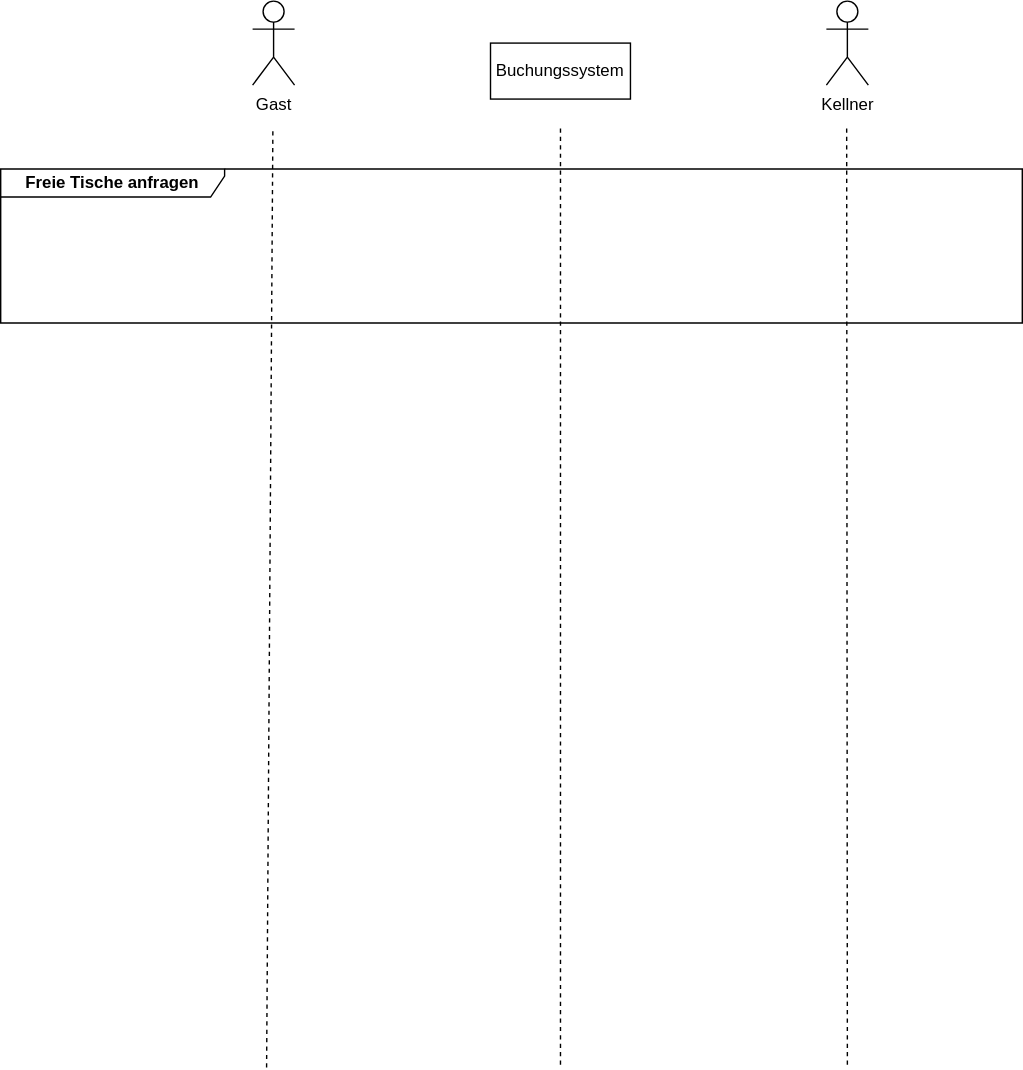
Earlier version of the draw.io export diagramme/UML-Sequence.drawio.svg (gsoTH/FU1_Bestellservice). Source tidied: cells renumbered, new cells last; positions are measured from the earlier drawing's top-left corner, leaving out a move shared by most shapes.
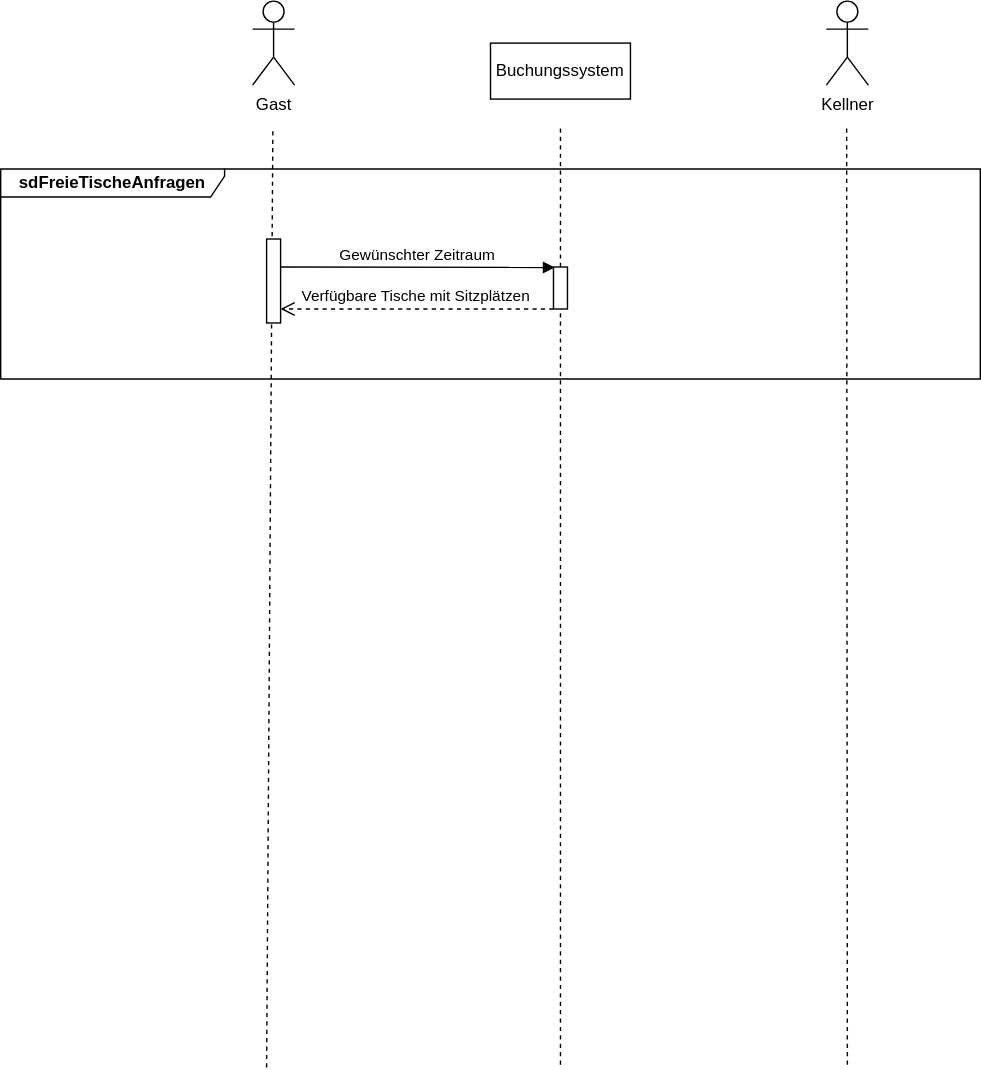
The same file after the commit.

Commit message:
Beispiel für SChema, Datenbank eingebaut

Diff of the diagram source:
```diff
@@ -41,8 +41,25 @@
         <mxPoint x="50" y="60" as="targetPoint" />
       </mxGeometry>
     </mxCell>
-    <mxCell id="12" value="&lt;b&gt;Freie Tische anfragen&lt;/b&gt;" style="shape=umlFrame;whiteSpace=wrap;html=1;width=160;height=20;" parent="1" vertex="1">
-      <mxGeometry y="120" width="730" height="110" as="geometry" />
-    </mxCell>
+    <mxCell id="13" value="&lt;b&gt;sdFreieTischeAnfragen&lt;/b&gt;" style="shape=umlFrame;whiteSpace=wrap;html=1;width=160;height=20;" parent="1" vertex="1">
+      <mxGeometry y="120" width="700" height="150" as="geometry" />
+    </mxCell>
+    <mxCell id="14" style="perimeter=orthogonalPerimeter;rounded=0;shadow=0;strokeWidth=1;" parent="1" vertex="1">
+      <mxGeometry x="190" y="170" width="10" height="60" as="geometry" />
+    </mxCell>
+    <mxCell id="15" value="Gewünschter Zeitraum" style="verticalAlign=bottom;endArrow=block;shadow=0;strokeWidth=1;entryX=0.1;entryY=0.011;entryDx=0;entryDy=0;entryPerimeter=0;" parent="1" edge="1" target="16">
+      <mxGeometry relative="1" as="geometry">
+        <mxPoint x="200" y="190" as="sourcePoint" />
+      </mxGeometry>
+    </mxCell>
+    <mxCell id="16" style="points=[];perimeter=orthogonalPerimeter;rounded=0;shadow=0;strokeWidth=1;" parent="1" vertex="1">
+      <mxGeometry x="395" y="190" width="10" height="30" as="geometry" />
+    </mxCell>
+    <mxCell id="17" value="Verfügbare Tische mit Sitzplätzen" style="verticalAlign=bottom;endArrow=open;dashed=1;endSize=8;exitX=0;exitY=0.95;shadow=0;strokeWidth=1;" parent="1" edge="1">
+      <mxGeometry relative="1" as="geometry">
+        <mxPoint x="395" y="220" as="sourcePoint" />
+        <mxPoint x="200" y="220" as="targetPoint" />
+      </mxGeometry>
+    </mxCell>
   </root>
 </mxGraphModel>
```
